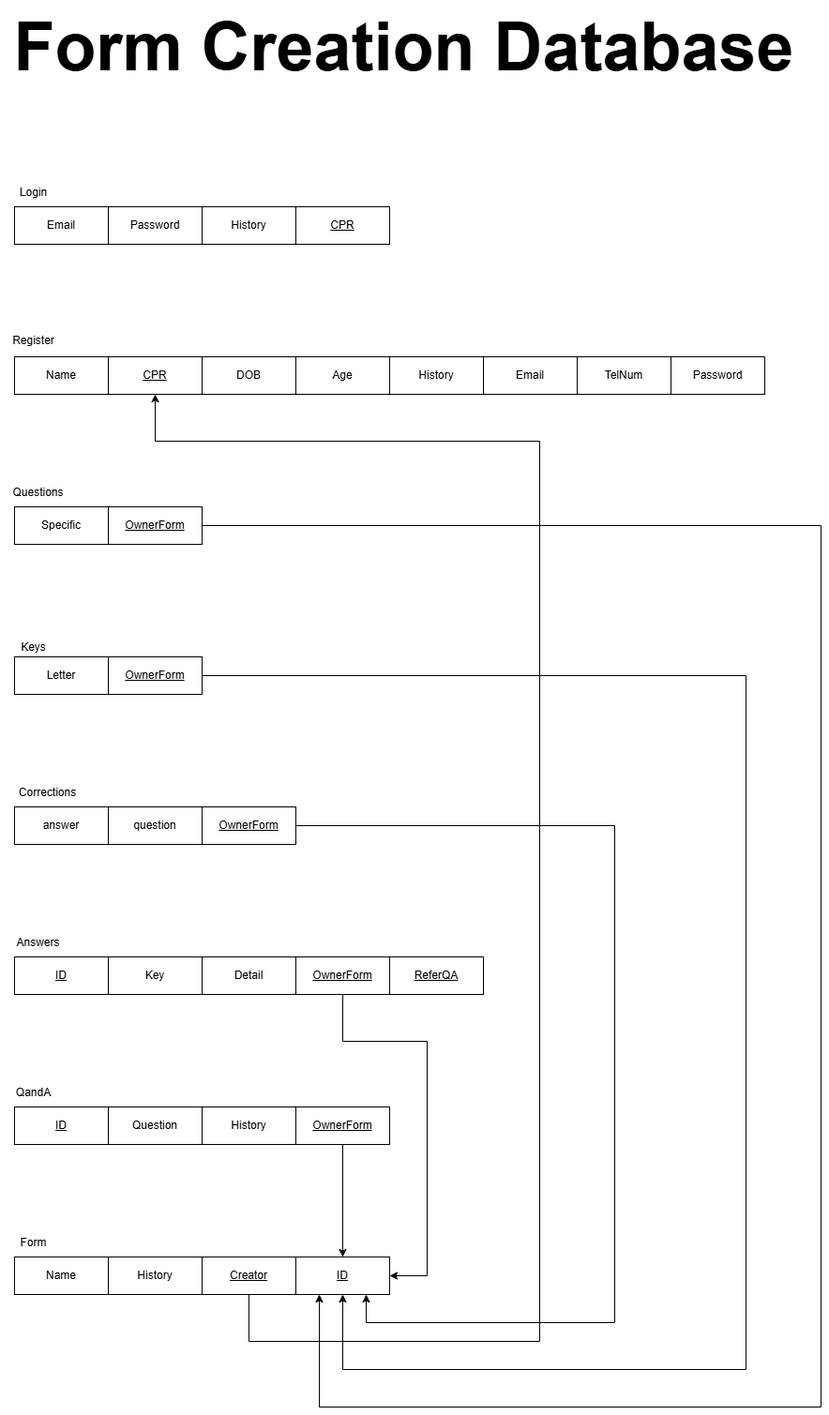
another4433/another4433 keeps this draw.io diagram as Bahrainouna Project/Database_mapping.drawio.png. Above is the earlier version. Source tidied: cells renumbered, new cells last; positions are measured from the earlier drawing's top-left corner, leaving out a move shared by most shapes.
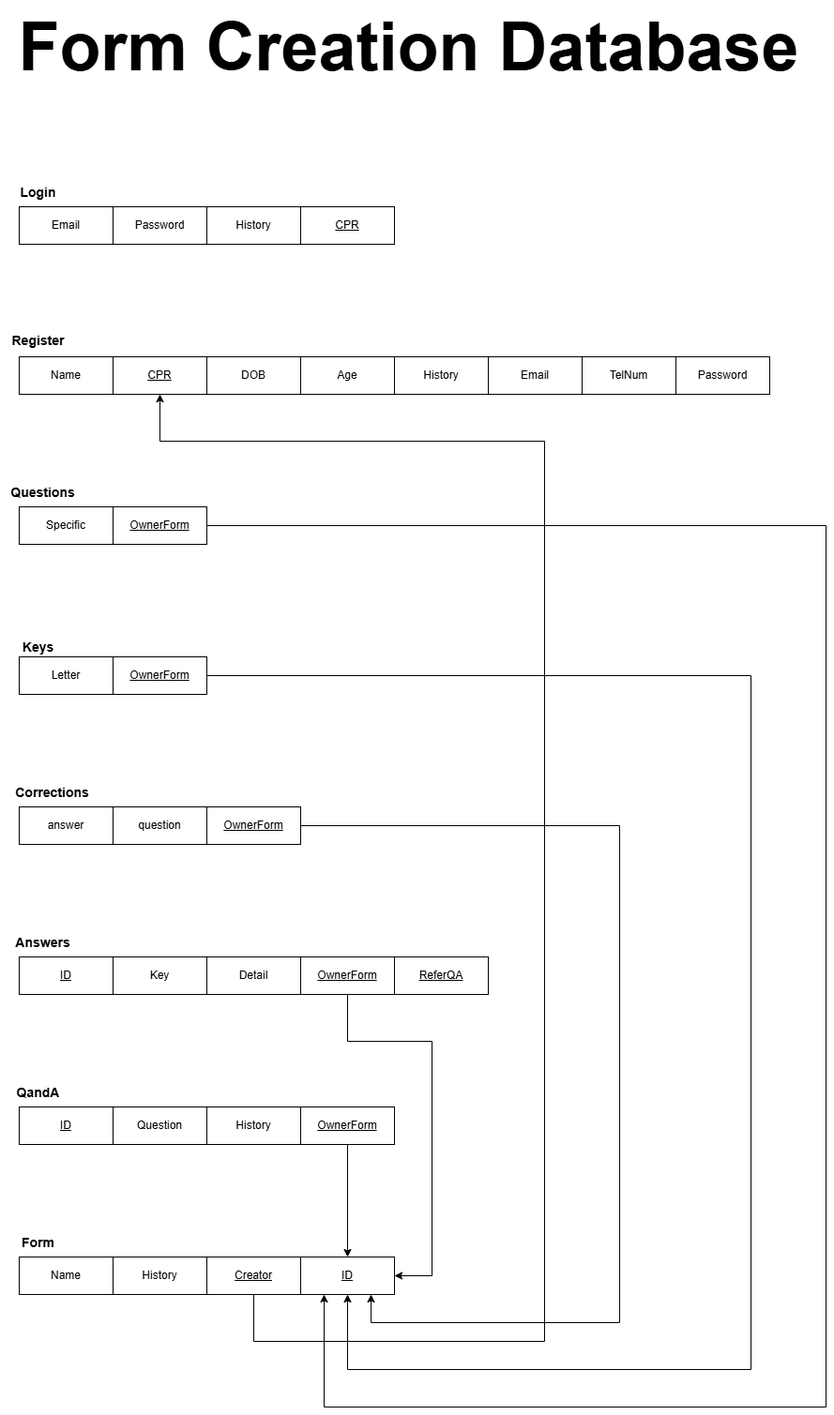
After the commit.

Diff of the diagram source:
```diff
@@ -68,17 +68,17 @@
     <mxCell id="19" value="Email" style="whiteSpace=wrap;html=1;align=center;" parent="1" vertex="1">
       <mxGeometry x="15" y="220" width="100" height="40" as="geometry" />
     </mxCell>
-    <mxCell id="20" value="Login" style="text;html=1;align=center;verticalAlign=middle;strokeColor=none;fillColor=none;" parent="1" vertex="1">
-      <mxGeometry x="10" y="190" width="50" height="30" as="geometry" />
+    <mxCell id="20" value="&lt;b&gt;&lt;font style=&quot;font-size: 14px;&quot;&gt;Login&lt;/font&gt;&lt;/b&gt;" style="text;html=1;align=center;verticalAlign=middle;strokeColor=none;fillColor=none;" parent="1" vertex="1">
+      <mxGeometry x="5" y="190" width="60" height="30" as="geometry" />
     </mxCell>
-    <mxCell id="21" value="Register" style="text;html=1;align=center;verticalAlign=middle;strokeColor=none;fillColor=none;" parent="1" vertex="1">
-      <mxGeometry y="348" width="70" height="30" as="geometry" />
+    <mxCell id="21" value="&lt;b&gt;&lt;font style=&quot;font-size: 14px;&quot;&gt;Register&lt;/font&gt;&lt;/b&gt;" style="text;html=1;align=center;verticalAlign=middle;strokeColor=none;fillColor=none;" parent="1" vertex="1">
+      <mxGeometry x="-5" y="348" width="80" height="30" as="geometry" />
     </mxCell>
-    <mxCell id="22" value="Questions" style="text;html=1;align=center;verticalAlign=middle;strokeColor=none;fillColor=none;" parent="1" vertex="1">
-      <mxGeometry y="510" width="80" height="30" as="geometry" />
+    <mxCell id="22" value="&lt;b&gt;&lt;font style=&quot;font-size: 14px;&quot;&gt;Questions&lt;/font&gt;&lt;/b&gt;" style="text;html=1;align=center;verticalAlign=middle;strokeColor=none;fillColor=none;" parent="1" vertex="1">
+      <mxGeometry x="-5" y="510" width="90" height="30" as="geometry" />
     </mxCell>
-    <mxCell id="23" value="Keys" style="text;html=1;align=center;verticalAlign=middle;strokeColor=none;fillColor=none;" parent="1" vertex="1">
-      <mxGeometry x="10" y="675" width="50" height="30" as="geometry" />
+    <mxCell id="23" value="&lt;b&gt;&lt;font style=&quot;font-size: 14px;&quot;&gt;Keys&lt;/font&gt;&lt;/b&gt;" style="text;html=1;align=center;verticalAlign=middle;strokeColor=none;fillColor=none;" parent="1" vertex="1">
+      <mxGeometry x="5" y="675" width="60" height="30" as="geometry" />
     </mxCell>
     <mxCell id="24" value="&lt;u&gt;ID&lt;/u&gt;" style="whiteSpace=wrap;html=1;align=center;" parent="1" vertex="1">
       <mxGeometry x="15" y="1180" width="100" height="40" as="geometry" />
@@ -159,17 +159,17 @@
     <mxCell id="43" value="Question" style="whiteSpace=wrap;html=1;align=center;" parent="1" vertex="1">
       <mxGeometry x="115" y="1180" width="100" height="40" as="geometry" />
     </mxCell>
-    <mxCell id="44" value="Corrections" style="text;html=1;align=center;verticalAlign=middle;strokeColor=none;fillColor=none;" parent="1" vertex="1">
-      <mxGeometry x="10" y="830" width="80" height="30" as="geometry" />
+    <mxCell id="44" value="&lt;b&gt;&lt;font style=&quot;font-size: 14px;&quot;&gt;Corrections&lt;/font&gt;&lt;/b&gt;" style="text;html=1;align=center;verticalAlign=middle;strokeColor=none;fillColor=none;" parent="1" vertex="1">
+      <mxGeometry y="830" width="100" height="30" as="geometry" />
     </mxCell>
-    <mxCell id="45" value="Answers" style="text;html=1;align=center;verticalAlign=middle;strokeColor=none;fillColor=none;" parent="1" vertex="1">
-      <mxGeometry x="5" y="990" width="70" height="30" as="geometry" />
+    <mxCell id="45" value="&lt;b&gt;&lt;font style=&quot;font-size: 14px;&quot;&gt;Answers&lt;/font&gt;&lt;/b&gt;" style="text;html=1;align=center;verticalAlign=middle;strokeColor=none;fillColor=none;" parent="1" vertex="1">
+      <mxGeometry y="990" width="80" height="30" as="geometry" />
     </mxCell>
-    <mxCell id="46" value="QandA" style="text;html=1;align=center;verticalAlign=middle;strokeColor=none;fillColor=none;" parent="1" vertex="1">
-      <mxGeometry x="5" y="1150" width="60" height="30" as="geometry" />
+    <mxCell id="46" value="&lt;b&gt;&lt;font style=&quot;font-size: 14px;&quot;&gt;QandA&lt;/font&gt;&lt;/b&gt;" style="text;html=1;align=center;verticalAlign=middle;strokeColor=none;fillColor=none;" parent="1" vertex="1">
+      <mxGeometry y="1150" width="70" height="30" as="geometry" />
     </mxCell>
-    <mxCell id="47" value="Form" style="text;html=1;align=center;verticalAlign=middle;strokeColor=none;fillColor=none;" parent="1" vertex="1">
-      <mxGeometry x="10" y="1310" width="50" height="30" as="geometry" />
+    <mxCell id="47" value="&lt;b&gt;&lt;font style=&quot;font-size: 14px;&quot;&gt;Form&lt;/font&gt;&lt;/b&gt;" style="text;html=1;align=center;verticalAlign=middle;strokeColor=none;fillColor=none;" parent="1" vertex="1">
+      <mxGeometry x="5" y="1310" width="60" height="30" as="geometry" />
     </mxCell>
     <mxCell id="48" value="&lt;b&gt;&lt;font style=&quot;font-size: 72px;&quot;&gt;Form Creation Database&lt;/font&gt;&lt;/b&gt;" style="text;html=1;align=center;verticalAlign=middle;strokeColor=none;fillColor=none;" parent="1" vertex="1">
       <mxGeometry width="860" height="100" as="geometry" />
```
